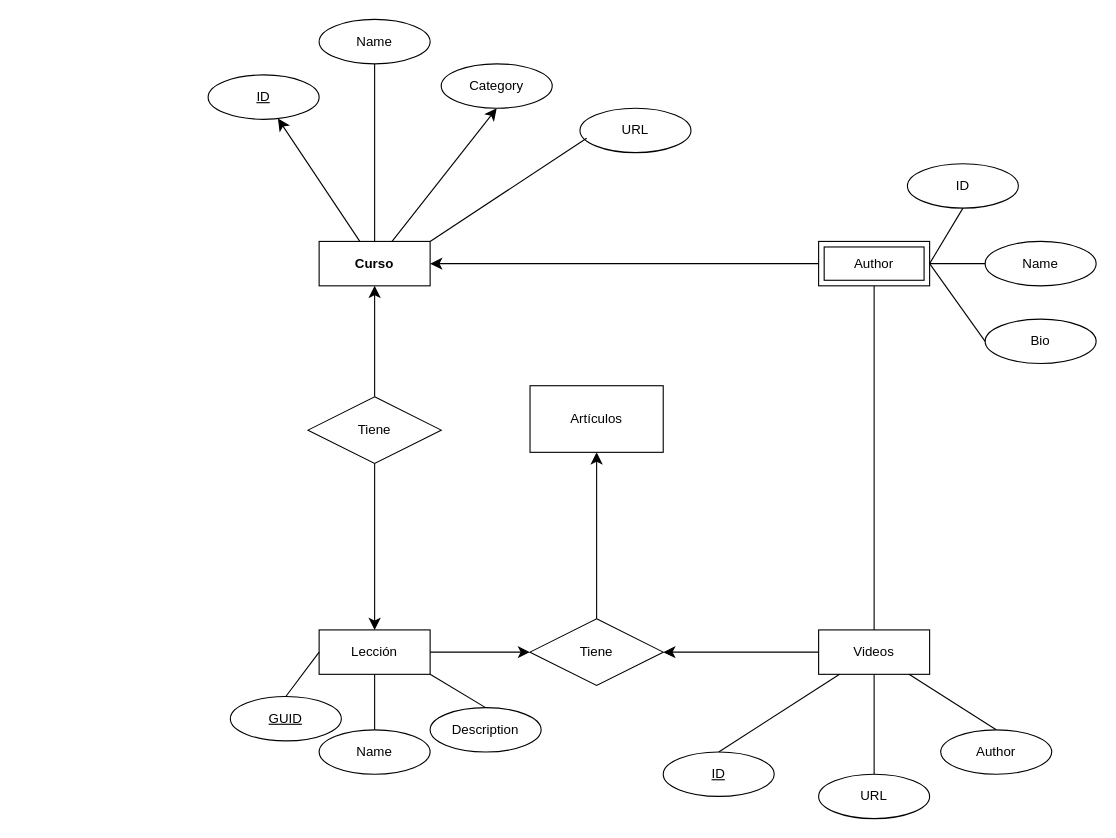
Earlier version of the draw.io diagram Modelado básico/Modelado básico Chen.drawio (sergiobraiscompo/Laboratorio-relacional-1). Source tidied: cells renumbered, new cells numbered last; positions are measured from the earlier drawing's top-left corner, leaving out a move shared by most shapes. Both pictures are drawn from the tidied source at 111%, with x=0, y=0 at pixel (208, 19).
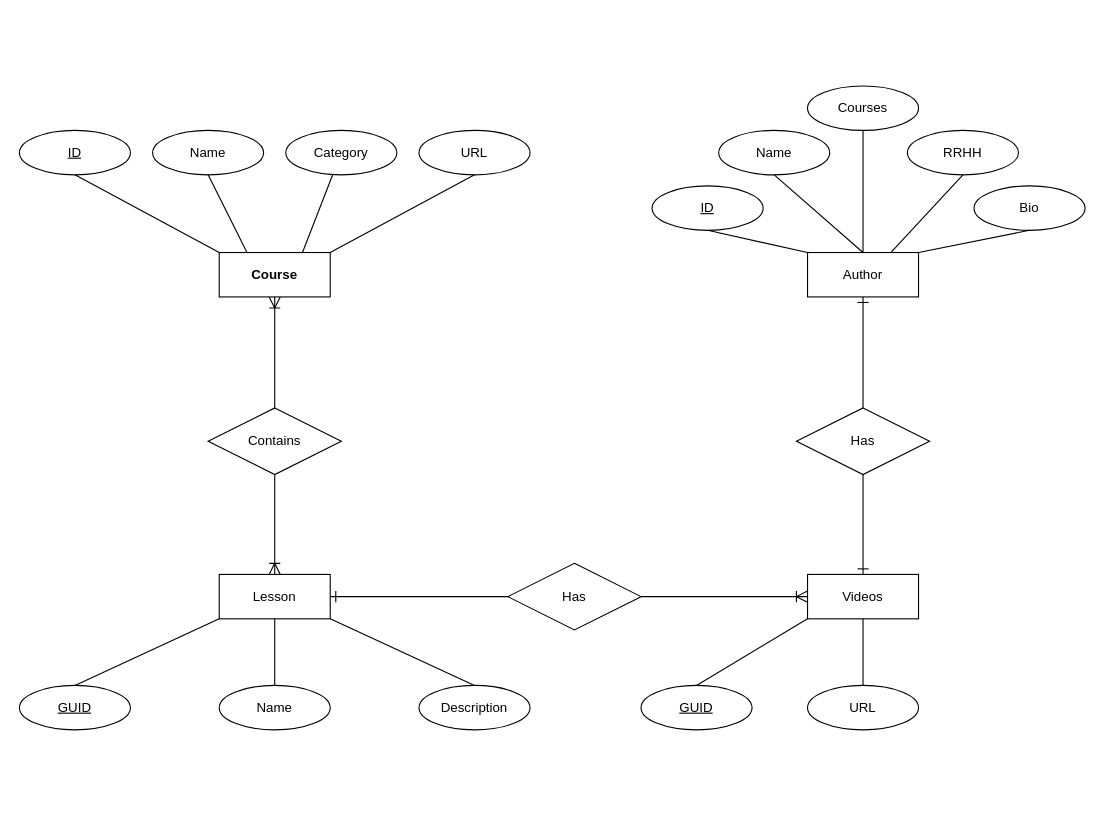
The same diagram, later.

Commit message:
chen dia updated

What changed in the source:
```diff
@@
-    <mxCell id="2" style="edgeStyle=none;curved=1;rounded=0;jettySize=auto;html=1;fontSize=12;startSize=8;endSize=8;" parent="1" edge="1" source="3" target="19">
-      <mxGeometry relative="1" as="geometry" />
-    </mxCell>
-    <mxCell id="3" value="Curso" style="whiteSpace=wrap;html=1;align=center;fontStyle=1;" parent="1" vertex="1">
-      <mxGeometry x="100" y="200" width="100" height="40" as="geometry" />
+    <mxCell id="3" value="Course" style="whiteSpace=wrap;html=1;align=center;fontStyle=1;" parent="1" vertex="1">
+      <mxGeometry x="10" y="210" width="100" height="40" as="geometry" />
     </mxCell>
-    <mxCell id="4" style="edgeStyle=none;curved=1;rounded=0;jettySize=auto;html=1;fontSize=12;startSize=8;endSize=8;entryX=0.5;entryY=0;entryDx=0;entryDy=0;" parent="1" edge="1" source="6" target="8">
-      <mxGeometry relative="1" as="geometry" />
-    </mxCell>
-    <mxCell id="5" style="edgeStyle=none;curved=1;rounded=0;jettySize=auto;html=1;fontSize=12;startSize=8;endSize=8;" parent="1" edge="1" source="6" target="3">
-      <mxGeometry relative="1" as="geometry" />
-    </mxCell>
-    <mxCell id="6" value="Tiene" style="shape=rhombus;perimeter=rhombusPerimeter;whiteSpace=wrap;html=1;align=center;" parent="1" vertex="1">
-      <mxGeometry x="90" y="340" width="120" height="60" as="geometry" />
+    <mxCell id="6" value="Contains" style="shape=rhombus;perimeter=rhombusPerimeter;whiteSpace=wrap;html=1;align=center;" parent="1" vertex="1">
+      <mxGeometry y="350" width="120" height="60" as="geometry" />
     </mxCell>
-    <mxCell id="7" style="edgeStyle=none;curved=1;rounded=0;jettySize=auto;html=1;fontSize=12;startSize=8;endSize=8;" parent="1" edge="1" source="8" target="10">
-      <mxGeometry relative="1" as="geometry" />
-    </mxCell>
-    <mxCell id="8" value="Lección" style="whiteSpace=wrap;html=1;align=center;" parent="1" vertex="1">
-      <mxGeometry x="100" y="550" width="100" height="40" as="geometry" />
+    <mxCell id="8" value="Lesson" style="whiteSpace=wrap;html=1;align=center;" parent="1" vertex="1">
+      <mxGeometry x="10" y="500" width="100" height="40" as="geometry" />
     </mxCell>
-    <mxCell id="9" style="edgeStyle=none;curved=1;rounded=0;jettySize=auto;html=1;fontSize=12;startSize=8;endSize=8;entryX=0.5;entryY=1;entryDx=0;entryDy=0;" parent="1" edge="1" source="10" target="14">
-      <mxGeometry relative="1" as="geometry" />
-    </mxCell>
-    <mxCell id="10" value="Tiene" style="shape=rhombus;perimeter=rhombusPerimeter;whiteSpace=wrap;html=1;align=center;" parent="1" vertex="1">
-      <mxGeometry x="290" y="540" width="120" height="60" as="geometry" />
-    </mxCell>
-    <mxCell id="11" style="edgeStyle=none;curved=1;rounded=0;jettySize=auto;html=1;fontSize=12;startSize=8;endSize=8;" parent="1" edge="1" source="13" target="10">
-      <mxGeometry relative="1" as="geometry" />
-    </mxCell>
-    <mxCell id="12" style="edgeStyle=none;curved=1;rounded=0;jettySize=auto;html=1;entryX=0.5;entryY=1;entryDx=0;entryDy=0;fontSize=12;startSize=8;endSize=8;" parent="1" edge="1" source="13" target="16">
-      <mxGeometry relative="1" as="geometry" />
-    </mxCell>
     <mxCell id="13" value="&lt;div&gt;Videos&lt;/div&gt;" style="whiteSpace=wrap;html=1;align=center;" parent="1" vertex="1">
-      <mxGeometry x="550" y="550" width="100" height="40" as="geometry" />
+      <mxGeometry x="540" y="500" width="100" height="40" as="geometry" />
     </mxCell>
-    <mxCell id="14" value="&lt;div&gt;Artículos&lt;/div&gt;" style="whiteSpace=wrap;html=1;" parent="1" vertex="1">
-      <mxGeometry x="290" y="330" width="120" height="60" as="geometry" />
-    </mxCell>
-    <mxCell id="15" value="&lt;div&gt;ID&lt;/div&gt;" style="ellipse;whiteSpace=wrap;html=1;align=center;fontStyle=4;" parent="1" vertex="1">
-      <mxGeometry x="410" y="660" width="100" height="40" as="geometry" />
+    <mxCell id="15" value="GUID" style="ellipse;whiteSpace=wrap;html=1;align=center;fontStyle=4;" parent="1" vertex="1">
+      <mxGeometry x="390" y="600" width="100" height="40" as="geometry" />
     </mxCell>
     <mxCell id="16" value="URL" style="ellipse;whiteSpace=wrap;html=1;align=center;" parent="1" vertex="1">
-      <mxGeometry x="550" y="680" width="100" height="40" as="geometry" />
+      <mxGeometry x="540" y="600" width="100" height="40" as="geometry" />
     </mxCell>
-    <mxCell id="17" value="Author" style="ellipse;whiteSpace=wrap;html=1;align=center;" parent="1" vertex="1">
-      <mxGeometry x="660" y="640" width="100" height="40" as="geometry" />
-    </mxCell>
-    <mxCell id="18" style="edgeStyle=none;curved=1;rounded=0;jettySize=auto;html=1;fontSize=12;startSize=8;endSize=8;exitX=0;exitY=0.5;exitDx=0;exitDy=0;" parent="1" edge="1" source="35" target="3">
-      <mxGeometry relative="1" as="geometry" />
-    </mxCell>
     <mxCell id="19" value="ID" style="ellipse;whiteSpace=wrap;html=1;align=center;fontStyle=4;" parent="1" vertex="1">
-      <mxGeometry y="50" width="100" height="40" as="geometry" />
+      <mxGeometry x="-170" y="100" width="100" height="40" as="geometry" />
     </mxCell>
-    <mxCell id="20" style="edgeStyle=none;curved=1;rounded=0;jettySize=auto;html=1;entryX=0.5;entryY=1;entryDx=0;entryDy=0;fontSize=12;startSize=8;endSize=8;" parent="1" edge="1" source="3" target="21">
-      <mxGeometry relative="1" as="geometry" />
-    </mxCell>
     <mxCell id="21" value="Category" style="ellipse;whiteSpace=wrap;html=1;align=center;" parent="1" vertex="1">
-      <mxGeometry x="210" y="40" width="100" height="40" as="geometry" />
+      <mxGeometry x="70" y="100" width="100" height="40" as="geometry" />
     </mxCell>
-    <mxCell id="22" style="endArrow=none;html=1;rounded=0;fontSize=12;startSize=8;endSize=8;curved=1;entryX=0.5;entryY=0;entryDx=0;entryDy=0;" parent="1" edge="1" source="13" target="15">
+    <mxCell id="22" style="endArrow=none;html=1;rounded=0;fontSize=12;startSize=8;endSize=8;curved=1;entryX=0.5;entryY=0;entryDx=0;entryDy=0;exitX=0;exitY=1;exitDx=0;exitDy=0;" parent="1" edge="1" source="13" target="15">
       <mxGeometry relative="1" as="geometry" />
     </mxCell>
-    <mxCell id="23" style="endArrow=none;html=1;rounded=0;fontSize=12;startSize=8;endSize=8;curved=1;entryX=0.5;entryY=0;entryDx=0;entryDy=0;" parent="1" edge="1" source="13" target="17">
-      <mxGeometry relative="1" as="geometry" />
-    </mxCell>
-    <mxCell id="24" style="endArrow=none;html=1;rounded=0;fontSize=12;startSize=8;endSize=8;curved=1;entryX=0.5;entryY=1;entryDx=0;entryDy=0;exitX=0.5;exitY=0;exitDx=0;exitDy=0;" parent="1" edge="1" source="3">
-      <mxGeometry relative="1" as="geometry">
-        <mxPoint x="150" y="40" as="targetPoint" />
-      </mxGeometry>
+    <mxCell id="24" style="endArrow=none;html=1;rounded=0;fontSize=12;startSize=8;endSize=8;curved=1;exitX=0.75;exitY=0;exitDx=0;exitDy=0;" parent="1" edge="1" source="3" target="21">
+      <mxGeometry relative="1" as="geometry" />
     </mxCell>
     <mxCell id="25" value="&lt;div&gt;Name&lt;/div&gt;" style="ellipse;whiteSpace=wrap;html=1;align=center;" parent="1" vertex="1">
-      <mxGeometry x="100" width="100" height="40" as="geometry" />
+      <mxGeometry x="-50" y="100" width="100" height="40" as="geometry" />
     </mxCell>
-    <mxCell id="26" style="endArrow=none;html=1;rounded=0;fontSize=12;startSize=8;endSize=8;curved=1;exitX=0.5;exitY=0;exitDx=0;exitDy=0;" parent="1" edge="1" source="13" target="35">
-      <mxGeometry relative="1" as="geometry" />
+    <mxCell id="26" style="endArrow=none;html=1;rounded=0;fontSize=12;startSize=8;endSize=8;curved=1;entryX=0.5;entryY=0;entryDx=0;entryDy=0;" parent="1" edge="1" target="16">
+      <mxGeometry relative="1" as="geometry">
+        <mxPoint x="590" y="540" as="sourcePoint" />
+      </mxGeometry>
     </mxCell>
     <mxCell id="27" value="GUID" style="ellipse;whiteSpace=wrap;html=1;align=center;fontStyle=4;" parent="1" vertex="1">
-      <mxGeometry x="20" y="610" width="100" height="40" as="geometry" />
+      <mxGeometry x="-170" y="600" width="100" height="40" as="geometry" />
     </mxCell>
     <mxCell id="28" value="Name" style="ellipse;whiteSpace=wrap;html=1;align=center;" parent="1" vertex="1">
-      <mxGeometry x="100" y="640" width="100" height="40" as="geometry" />
+      <mxGeometry x="10" y="600" width="100" height="40" as="geometry" />
     </mxCell>
@@
-    <mxCell id="30" style="endArrow=none;html=1;rounded=0;fontSize=12;startSize=8;endSize=8;curved=1;exitX=0.5;exitY=0;exitDx=0;exitDy=0;entryX=0;entryY=0.5;entryDx=0;entryDy=0;" parent="1" edge="1" source="27" target="8">
+    <mxCell id="30" style="endArrow=none;html=1;rounded=0;fontSize=12;startSize=8;endSize=8;curved=1;exitX=0.5;exitY=0;exitDx=0;exitDy=0;entryX=0;entryY=1;entryDx=0;entryDy=0;" parent="1" edge="1" source="27" target="8">
       <mxGeometry relative="1" as="geometry" />
     </mxCell>
     <mxCell id="31" value="URL" style="ellipse;whiteSpace=wrap;html=1;align=center;" parent="1" vertex="1">
-      <mxGeometry x="335" y="80" width="100" height="40" as="geometry" />
+      <mxGeometry x="190" y="100" width="100" height="40" as="geometry" />
     </mxCell>
-    <mxCell id="32" style="endArrow=none;html=1;rounded=0;fontSize=12;startSize=8;endSize=8;curved=1;entryX=0.06;entryY=0.675;entryDx=0;entryDy=0;entryPerimeter=0;exitX=1;exitY=0;exitDx=0;exitDy=0;" parent="1" edge="1" source="3" target="31">
+    <mxCell id="32" style="endArrow=none;html=1;rounded=0;fontSize=12;startSize=8;endSize=8;curved=1;entryX=0.5;entryY=1;entryDx=0;entryDy=0;exitX=1;exitY=0;exitDx=0;exitDy=0;" parent="1" edge="1" source="3" target="31">
       <mxGeometry relative="1" as="geometry" />
     </mxCell>
     <mxCell id="33" value="Description" style="ellipse;whiteSpace=wrap;html=1;align=center;" parent="1" vertex="1">
-      <mxGeometry x="200" y="620" width="100" height="40" as="geometry" />
+      <mxGeometry x="190" y="600" width="100" height="40" as="geometry" />
     </mxCell>
@@
-    <mxCell id="35" value="Author" style="shape=ext;margin=3;double=1;whiteSpace=wrap;html=1;align=center;" parent="1" vertex="1">
-      <mxGeometry x="550" y="200" width="100" height="40" as="geometry" />
+    <mxCell id="35" value="Author" style="margin=3;double=1;whiteSpace=wrap;html=1;align=center;" parent="1" vertex="1">
+      <mxGeometry x="540" y="210" width="100" height="40" as="geometry" />
     </mxCell>
-    <mxCell id="36" value="ID" style="ellipse;whiteSpace=wrap;html=1;align=center;" parent="1" vertex="1">
-      <mxGeometry x="630" y="130" width="100" height="40" as="geometry" />
+    <mxCell id="36" value="&lt;u&gt;ID&lt;/u&gt;" style="ellipse;whiteSpace=wrap;html=1;align=center;" parent="1" vertex="1">
+      <mxGeometry x="400" y="150" width="100" height="40" as="geometry" />
     </mxCell>
-    <mxCell id="37" style="endArrow=none;html=1;rounded=0;fontSize=12;startSize=8;endSize=8;curved=1;exitX=1;exitY=0.5;exitDx=0;exitDy=0;entryX=0.5;entryY=1;entryDx=0;entryDy=0;" parent="1" edge="1" source="35" target="36">
+    <mxCell id="37" style="endArrow=none;html=1;rounded=0;fontSize=12;startSize=8;endSize=8;curved=1;exitX=0;exitY=0;exitDx=0;exitDy=0;entryX=0.5;entryY=1;entryDx=0;entryDy=0;" parent="1" edge="1" source="35" target="36">
       <mxGeometry relative="1" as="geometry" />
     </mxCell>
     <mxCell id="38" value="Name" style="ellipse;whiteSpace=wrap;html=1;align=center;" parent="1" vertex="1">
-      <mxGeometry x="700" y="200" width="100" height="40" as="geometry" />
+      <mxGeometry x="460" y="100" width="100" height="40" as="geometry" />
     </mxCell>
     <mxCell id="39" value="Bio" style="ellipse;whiteSpace=wrap;html=1;align=center;" parent="1" vertex="1">
-      <mxGeometry x="700" y="270" width="100" height="40" as="geometry" />
+      <mxGeometry x="690" y="150" width="100" height="40" as="geometry" />
     </mxCell>
-    <mxCell id="40" style="endArrow=none;html=1;rounded=0;fontSize=12;startSize=8;endSize=8;curved=1;entryX=0;entryY=0.5;entryDx=0;entryDy=0;exitX=1;exitY=0.5;exitDx=0;exitDy=0;" parent="1" edge="1" source="35" target="38">
+    <mxCell id="40" style="endArrow=none;html=1;rounded=0;fontSize=12;startSize=8;endSize=8;curved=1;entryX=0.5;entryY=1;entryDx=0;entryDy=0;exitX=0.5;exitY=0;exitDx=0;exitDy=0;" parent="1" edge="1" source="35" target="38">
       <mxGeometry relative="1" as="geometry" />
     </mxCell>
-    <mxCell id="41" style="endArrow=none;html=1;rounded=0;fontSize=12;startSize=8;endSize=8;curved=1;entryX=0;entryY=0.5;entryDx=0;entryDy=0;exitX=1;exitY=0.5;exitDx=0;exitDy=0;" parent="1" edge="1" source="35" target="39">
+    <mxCell id="41" style="endArrow=none;html=1;rounded=0;fontSize=12;startSize=8;endSize=8;curved=1;entryX=0.5;entryY=1;entryDx=0;entryDy=0;exitX=1;exitY=0;exitDx=0;exitDy=0;" parent="1" edge="1" source="35" target="39">
       <mxGeometry relative="1" as="geometry" />
     </mxCell>
+    <mxCell id="42" style="endArrow=none;html=1;rounded=0;fontSize=12;startSize=8;endSize=8;curved=1;exitX=0.25;exitY=0;exitDx=0;exitDy=0;entryX=0.5;entryY=1;entryDx=0;entryDy=0;" parent="1" edge="1" source="3" target="25">
+      <mxGeometry relative="1" as="geometry" />
+    </mxCell>
+    <mxCell id="2" style="endArrow=none;html=1;rounded=0;fontSize=12;startSize=8;endSize=8;curved=1;exitX=0;exitY=0;exitDx=0;exitDy=0;entryX=0.5;entryY=1;entryDx=0;entryDy=0;" parent="1" edge="1" source="3" target="19">
+      <mxGeometry relative="1" as="geometry" />
+    </mxCell>
+    <mxCell id="43" value="Has" style="shape=rhombus;perimeter=rhombusPerimeter;whiteSpace=wrap;html=1;align=center;" parent="1" vertex="1">
+      <mxGeometry x="530" y="350" width="120" height="60" as="geometry" />
+    </mxCell>
+    <mxCell id="44" style="fontSize=12;html=1;endArrow=ERone;endFill=1;rounded=0;startSize=8;endSize=8;exitX=0.5;exitY=1;exitDx=0;exitDy=0;entryX=0.5;entryY=0;entryDx=0;entryDy=0;" parent="1" edge="1" source="43" target="13">
+      <mxGeometry relative="1" as="geometry" />
+    </mxCell>
+    <mxCell id="45" style="fontSize=12;html=1;endArrow=ERone;endFill=1;rounded=0;startSize=8;endSize=8;exitX=0.5;exitY=0;exitDx=0;exitDy=0;entryX=0.5;entryY=1;entryDx=0;entryDy=0;" parent="1" edge="1" source="43" target="35">
+      <mxGeometry relative="1" as="geometry" />
+    </mxCell>
+    <mxCell id="46" value="Has" style="shape=rhombus;perimeter=rhombusPerimeter;whiteSpace=wrap;html=1;align=center;" parent="1" vertex="1">
+      <mxGeometry x="270" y="490" width="120" height="60" as="geometry" />
+    </mxCell>
+    <mxCell id="47" style="edgeStyle=entityRelationEdgeStyle;fontSize=12;html=1;endArrow=ERoneToMany;rounded=0;startSize=8;endSize=8;curved=1;exitX=1;exitY=0.5;exitDx=0;exitDy=0;entryX=0;entryY=0.5;entryDx=0;entryDy=0;" parent="1" edge="1" source="46" target="13">
+      <mxGeometry relative="1" as="geometry" />
+    </mxCell>
+    <mxCell id="48" style="edgeStyle=entityRelationEdgeStyle;fontSize=12;html=1;endArrow=ERone;endFill=1;rounded=0;startSize=8;endSize=8;curved=1;exitX=0;exitY=0.5;exitDx=0;exitDy=0;entryX=1;entryY=0.5;entryDx=0;entryDy=0;" parent="1" edge="1" source="46" target="8">
+      <mxGeometry relative="1" as="geometry" />
+    </mxCell>
+    <mxCell id="4" style="fontSize=12;html=1;endArrow=ERoneToMany;rounded=0;startSize=8;endSize=8;exitX=0.5;exitY=1;exitDx=0;exitDy=0;entryX=0.5;entryY=0;entryDx=0;entryDy=0;" parent="1" edge="1" source="6" target="8">
+      <mxGeometry relative="1" as="geometry" />
+    </mxCell>
+    <mxCell id="5" style="fontSize=12;html=1;endArrow=ERoneToMany;rounded=0;startSize=8;endSize=8;exitX=0.5;exitY=0;exitDx=0;exitDy=0;" parent="1" edge="1" source="6" target="3">
+      <mxGeometry relative="1" as="geometry" />
+    </mxCell>
+    <mxCell id="49" value="RRHH" style="ellipse;whiteSpace=wrap;html=1;align=center;" parent="1" vertex="1">
+      <mxGeometry x="630" y="100" width="100" height="40" as="geometry" />
+    </mxCell>
+    <mxCell id="50" style="endArrow=none;html=1;rounded=0;fontSize=12;startSize=8;endSize=8;curved=1;entryX=0.5;entryY=1;entryDx=0;entryDy=0;exitX=0.75;exitY=0;exitDx=0;exitDy=0;" parent="1" edge="1" source="35" target="49">
+      <mxGeometry relative="1" as="geometry" />
+    </mxCell>
+    <mxCell id="51" value="Courses" style="ellipse;whiteSpace=wrap;html=1;align=center;" parent="1" vertex="1">
+      <mxGeometry x="540" y="60" width="100" height="40" as="geometry" />
+    </mxCell>
+    <mxCell id="52" style="endArrow=none;html=1;rounded=0;fontSize=12;startSize=8;endSize=8;curved=1;entryX=0.5;entryY=1;entryDx=0;entryDy=0;exitX=0.5;exitY=0;exitDx=0;exitDy=0;" parent="1" edge="1" source="35" target="51">
+      <mxGeometry relative="1" as="geometry" />
+    </mxCell>
```
